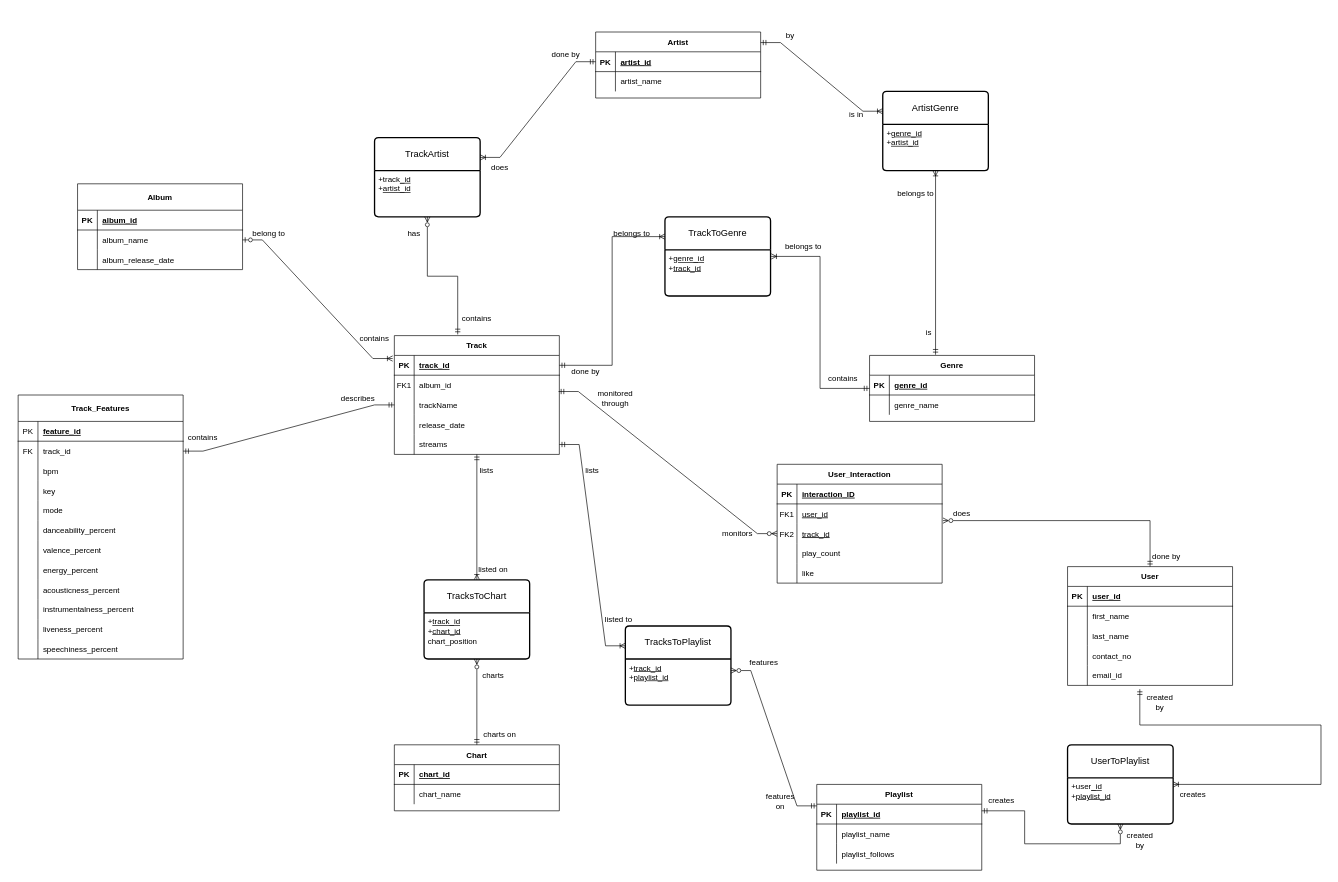
Before: Project_P3/P3_ERD.drawio in anirudhajoshi2808/DAMG6210_Spring2024_ProjectGroup13, a draw.io diagram. Source tidied: cells renumbered, new cells numbered last; positions are measured from the earlier drawing's top-left corner, leaving out a move shared by most shapes. Both pictures are drawn from the tidied source at 66%, with x=0, y=0 at pixel (18, 25).
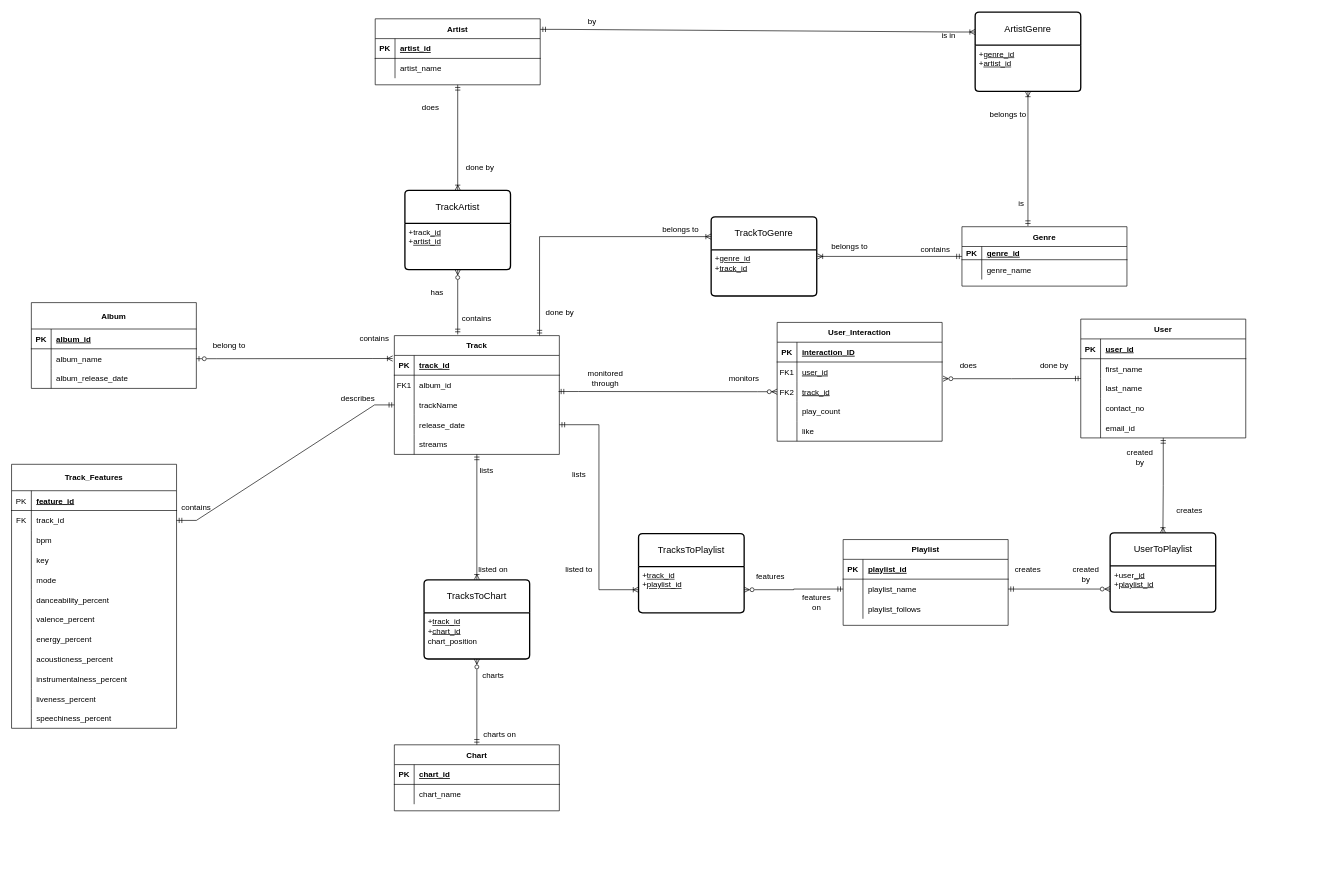
The same diagram, later.

The change refers to these unchanged cells:
```xml
<mxCell id="3" style="shape=partialRectangle;fillColor=none;points=[[0,0.5],[1,0.5]];portConstraint=eastwest;top=0;left=0;right=0;bottom=1;" parent="2" vertex="1">
  <mxGeometry y="30" width="250" height="30" as="geometry" />
</mxCell>
<mxCell id="22" style="shape=partialRectangle;fillColor=none;points=[[0,0.5],[1,0.5]];portConstraint=eastwest;top=0;left=0;right=0;bottom=1;" parent="21" vertex="1">
  <mxGeometry y="30" width="250" height="30" as="geometry" />
</mxCell>
<mxCell id="31" style="shape=partialRectangle;fillColor=none;points=[[0,0.5],[1,0.5]];portConstraint=eastwest;top=0;left=0;right=0;bottom=0;" parent="21" vertex="1">
  <mxGeometry y="120" width="250" height="30" as="geometry" />
</mxCell>
<mxCell id="34" style="shape=partialRectangle;fillColor=none;points=[[0,0.5],[1,0.5]];portConstraint=eastwest;top=0;left=0;right=0;bottom=0;" parent="21" vertex="1">
  <mxGeometry y="150" width="250" height="30" as="geometry" />
</mxCell>
<mxCell id="38" style="shape=partialRectangle;fillColor=none;points=[[0,0.5],[1,0.5]];portConstraint=eastwest;top=0;left=0;right=0;bottom=1;" parent="37" vertex="1">
  <mxGeometry y="30" width="250" height="30" as="geometry" />
</mxCell>
<mxCell id="41" style="shape=partialRectangle;fillColor=none;points=[[0,0.5],[1,0.5]];portConstraint=eastwest;top=0;left=0;right=0;bottom=0;" parent="37" vertex="1">
  <mxGeometry y="60" width="250" height="30" as="geometry" />
</mxCell>
<mxCell id="123" value="+&lt;u&gt;track_id&lt;/u&gt;&lt;br&gt;+&lt;u&gt;playlist_id&lt;/u&gt;&lt;div&gt;&lt;br&gt;&lt;/div&gt;" style="align=left;strokeColor=none;fillColor=none;spacingLeft=4;fontSize=12;verticalAlign=top;html=1;" parent="122" vertex="1">
  <mxGeometry y="50" width="160" height="70" as="geometry" />
</mxCell>
<mxCell id="149" style="shape=partialRectangle;fillColor=none;points=[[0,0.5],[1,0.5]];portConstraint=eastwest;top=0;left=0;right=0;bottom=0;" parent="136" vertex="1">
  <mxGeometry y="150" width="250" height="30" as="geometry" />
</mxCell>
<mxCell id="181" value="+user&lt;u&gt;_id&lt;/u&gt;&lt;br&gt;+&lt;u&gt;playlist_id&lt;/u&gt;&lt;div&gt;&lt;br&gt;&lt;/div&gt;" style="align=left;strokeColor=none;fillColor=none;spacingLeft=4;fontSize=12;verticalAlign=top;html=1;" parent="180" vertex="1">
  <mxGeometry y="50" width="160" height="70" as="geometry" />
</mxCell>
```

What changed in the source:
```diff
@@
+    <mxCell id="189" style="edgeStyle=orthogonalEdgeStyle;rounded=0;jettySize=auto;html=1;entryX=0.5;entryY=0;entryDx=0;entryDy=0;startArrow=ERmandOne;startFill=0;endArrow=ERoneToMany;endFill=0;" parent="1" edge="1" source="2" target="116">
+      <mxGeometry relative="1" as="geometry" />
+    </mxCell>
     <mxCell id="2" value="Artist" style="shape=table;startSize=30;childLayout=tableLayout;rowLines=0;fontStyle=1;align=center;" parent="1" vertex="1">
-      <mxGeometry x="875" y="10" width="250" height="100" as="geometry" />
+      <mxGeometry x="541" y="-10" width="250" height="100" as="geometry" />
     </mxCell>
@@
     <mxCell id="10" value="Album" style="shape=table;startSize=40;childLayout=tableLayout;rowLines=0;fontStyle=1;align=center;" parent="1" vertex="1">
-      <mxGeometry x="90" y="240" width="250" height="130" as="geometry" />
+      <mxGeometry x="20" y="420" width="250" height="130" as="geometry" />
     </mxCell>
@@
     <mxCell id="37" value="Playlist" style="shape=table;startSize=30;childLayout=tableLayout;rowLines=0;fontStyle=1;align=center;" parent="1" vertex="1">
-      <mxGeometry x="1210" y="1150" width="250" height="130" as="geometry" />
+      <mxGeometry x="1250" y="779" width="250" height="130" as="geometry" />
     </mxCell>
@@
     <mxCell id="54" value="Track_Features" style="shape=table;startSize=40;childLayout=tableLayout;rowLines=0;fontStyle=1;align=center;" parent="1" vertex="1">
-      <mxGeometry y="560" width="250" height="400" as="geometry" />
+      <mxGeometry x="-10" y="665" width="250" height="400" as="geometry" />
     </mxCell>
@@
     <mxCell id="93" value="Genre" style="shape=table;startSize=30;childLayout=tableLayout;rowLines=0;fontStyle=1;align=center;" parent="1" vertex="1">
-      <mxGeometry x="1290" y="500" width="250" height="100" as="geometry" />
+      <mxGeometry x="1430" y="305" width="250" height="90" as="geometry" />
     </mxCell>
     <mxCell id="94" style="shape=partialRectangle;fillColor=none;top=0;left=0;right=0;bottom=1;" parent="93" vertex="1">
-      <mxGeometry y="30" width="250" height="30" as="geometry" />
+      <mxGeometry y="30" width="250" height="20" as="geometry" />
     </mxCell>
     <mxCell id="95" value="PK" style="shape=partialRectangle;overflow=hidden;fillColor=none;top=0;left=0;bottom=0;right=0;fontStyle=1;" parent="94" vertex="1">
-      <mxGeometry width="30" height="30" as="geometry" />
+      <mxGeometry width="30" height="20" as="geometry" />
     </mxCell>
     <mxCell id="96" value="genre_id" style="shape=partialRectangle;overflow=hidden;fillColor=none;top=0;left=0;bottom=0;right=0;align=left;spacingLeft=6;fontStyle=5;" parent="94" vertex="1">
-      <mxGeometry x="30" width="220" height="30" as="geometry" />
+      <mxGeometry x="30" width="220" height="20" as="geometry" />
     </mxCell>
     <mxCell id="97" style="shape=partialRectangle;fillColor=none;top=0;left=0;right=0;bottom=0;" parent="93" vertex="1">
-      <mxGeometry y="60" width="250" height="30" as="geometry" />
+      <mxGeometry y="50" width="250" height="30" as="geometry" />
     </mxCell>
@@
     <mxCell id="100" value="User_Interaction" style="shape=table;startSize=30;childLayout=tableLayout;rowLines=0;fontStyle=1;align=center;" parent="1" vertex="1">
-      <mxGeometry x="1150" y="665" width="250" height="180" as="geometry" />
+      <mxGeometry x="1150" y="450" width="250" height="180" as="geometry" />
     </mxCell>
@@
     <mxCell id="116" value="TrackArtist" style="swimlane;horizontal=1;startSize=50;rounded=1;fontSize=14;fontStyle=0;strokeWidth=2;shadow=0;dashed=0;align=center;arcSize=4;whiteSpace=wrap;html=1;" parent="1" vertex="1">
-      <mxGeometry x="540" y="170" width="160" height="120" as="geometry" />
+      <mxGeometry x="586" y="250" width="160" height="120" as="geometry" />
     </mxCell>
@@
-    <mxCell id="118" style="edgeStyle=entityRelationEdgeStyle;fontSize=12;html=1;endArrow=ERmandOne;startArrow=ERoneToMany;rounded=0;startFill=0;endFill=0;entryX=0;entryY=0.5;entryDx=0;entryDy=0;" parent="1" edge="1" target="3">
-      <mxGeometry relative="1" as="geometry">
-        <mxPoint x="700" y="200" as="sourcePoint" />
-      </mxGeometry>
-    </mxCell>
     <mxCell id="119" value="ArtistGenre" style="swimlane;horizontal=1;startSize=50;rounded=1;fontSize=14;fontStyle=0;strokeWidth=2;shadow=0;dashed=0;align=center;arcSize=4;whiteSpace=wrap;html=1;" parent="1" vertex="1">
-      <mxGeometry x="1310" y="100" width="160" height="120" as="geometry" />
+      <mxGeometry x="1450" y="-20" width="160" height="120" as="geometry" />
     </mxCell>
@@
     <mxCell id="122" value="TracksToPlaylist" style="swimlane;horizontal=1;startSize=50;rounded=1;fontSize=14;fontStyle=0;strokeWidth=2;shadow=0;dashed=0;align=center;arcSize=4;whiteSpace=wrap;html=1;" parent="1" vertex="1">
-      <mxGeometry x="920" y="910" width="160" height="120" as="geometry" />
+      <mxGeometry x="940" y="770" width="160" height="120" as="geometry" />
     </mxCell>
@@
-    <mxCell id="124" style="edgeStyle=entityRelationEdgeStyle;fontSize=12;html=1;endArrow=ERoneToMany;startArrow=ERmandOne;rounded=0;startFill=0;endFill=0;entryX=0;entryY=0.25;entryDx=0;entryDy=0;exitX=1;exitY=0.5;exitDx=0;exitDy=0;" parent="1" edge="1" source="34" target="122">
-      <mxGeometry relative="1" as="geometry">
-        <Array as="points">
-          <mxPoint x="820" y="820" />
-          <mxPoint x="840" y="840" />
-          <mxPoint x="1180" y="565" />
-        </Array>
-      </mxGeometry>
-    </mxCell>
-    <mxCell id="125" style="edgeStyle=entityRelationEdgeStyle;fontSize=12;html=1;endArrow=ERmandOne;startArrow=ERzeroToMany;rounded=0;startFill=0;endFill=0;entryX=0;entryY=0.25;entryDx=0;entryDy=0;exitX=1;exitY=0.25;exitDx=0;exitDy=0;" parent="1" edge="1" source="123" target="37">
-      <mxGeometry relative="1" as="geometry">
-        <Array as="points">
-          <mxPoint x="1310" y="1152" />
-        </Array>
-      </mxGeometry>
-    </mxCell>
@@
     <mxCell id="130" value="TrackToGenre" style="swimlane;horizontal=1;startSize=50;rounded=1;fontSize=14;fontStyle=0;strokeWidth=2;shadow=0;dashed=0;align=center;arcSize=4;whiteSpace=wrap;html=1;" parent="1" vertex="1">
-      <mxGeometry x="980" y="290" width="160" height="120" as="geometry" />
+      <mxGeometry x="1050" y="290" width="160" height="120" as="geometry" />
     </mxCell>
@@
-    <mxCell id="134" style="edgeStyle=orthogonalEdgeStyle;rounded=0;jettySize=auto;html=1;exitX=1;exitY=0.5;exitDx=0;exitDy=0;entryX=0;entryY=0.25;entryDx=0;entryDy=0;startArrow=ERmandOne;startFill=0;endArrow=ERoneToMany;endFill=0;" parent="1" edge="1" source="22" target="130">
-      <mxGeometry relative="1" as="geometry" />
+    <mxCell id="134" style="edgeStyle=orthogonalEdgeStyle;rounded=0;jettySize=auto;html=1;entryX=0;entryY=0.25;entryDx=0;entryDy=0;startArrow=ERmandOne;startFill=0;endArrow=ERoneToMany;endFill=0;" parent="1" edge="1" target="130">
+      <mxGeometry relative="1" as="geometry">
+        <mxPoint x="790" y="470" as="sourcePoint" />
+        <Array as="points">
+          <mxPoint x="790" y="470" />
+          <mxPoint x="790" y="320" />
+        </Array>
+      </mxGeometry>
     </mxCell>
@@
+    <mxCell id="190" style="edgeStyle=orthogonalEdgeStyle;rounded=0;jettySize=auto;html=1;entryX=0.5;entryY=0;entryDx=0;entryDy=0;startArrow=ERmandOne;startFill=0;endArrow=ERoneToMany;endFill=0;" parent="1" edge="1" source="136" target="180">
+      <mxGeometry relative="1" as="geometry" />
+    </mxCell>
     <mxCell id="136" value="User" style="shape=table;startSize=30;childLayout=tableLayout;rowLines=0;fontStyle=1;align=center;" parent="1" vertex="1">
-      <mxGeometry x="1590" y="820" width="250" height="180" as="geometry" />
+      <mxGeometry x="1610" y="445" width="250" height="180" as="geometry" />
     </mxCell>
@@
     <mxCell id="153" value="belong to" style="text;html=1;align=center;verticalAlign=middle;whiteSpace=wrap;rounded=0;" parent="1" vertex="1">
-      <mxGeometry x="350" y="300" width="60" height="30" as="geometry" />
+      <mxGeometry x="290" y="470" width="60" height="30" as="geometry" />
     </mxCell>
@@
     <mxCell id="155" value="has" style="text;html=1;align=center;verticalAlign=middle;whiteSpace=wrap;rounded=0;" parent="1" vertex="1">
-      <mxGeometry x="570" y="300" width="60" height="30" as="geometry" />
+      <mxGeometry x="605" y="390" width="60" height="30" as="geometry" />
     </mxCell>
     <mxCell id="156" value="does" style="text;html=1;align=center;verticalAlign=middle;whiteSpace=wrap;rounded=0;" parent="1" vertex="1">
-      <mxGeometry x="700" y="200" width="60" height="30" as="geometry" />
+      <mxGeometry x="595" y="110" width="60" height="30" as="geometry" />
     </mxCell>
     <mxCell id="157" value="done by" style="text;html=1;align=center;verticalAlign=middle;whiteSpace=wrap;rounded=0;" parent="1" vertex="1">
-      <mxGeometry x="800" y="30" width="60" height="30" as="geometry" />
+      <mxGeometry x="670" y="200" width="60" height="30" as="geometry" />
     </mxCell>
     <mxCell id="158" value="is in" style="text;html=1;align=center;verticalAlign=middle;whiteSpace=wrap;rounded=0;" parent="1" vertex="1">
-      <mxGeometry x="1240" y="120" width="60" height="30" as="geometry" />
+      <mxGeometry x="1380" width="60" height="30" as="geometry" />
     </mxCell>
     <mxCell id="159" value="by" style="text;html=1;align=center;verticalAlign=middle;whiteSpace=wrap;rounded=0;" parent="1" vertex="1">
-      <mxGeometry x="1140" width="60" height="30" as="geometry" />
+      <mxGeometry x="840" y="-20" width="60" height="30" as="geometry" />
     </mxCell>
     <mxCell id="160" value="is" style="text;html=1;align=center;verticalAlign=middle;whiteSpace=wrap;rounded=0;" parent="1" vertex="1">
-      <mxGeometry x="1350" y="450" width="60" height="30" as="geometry" />
+      <mxGeometry x="1490" y="255" width="60" height="30" as="geometry" />
     </mxCell>
     <mxCell id="161" value="belongs to" style="text;html=1;align=center;verticalAlign=middle;whiteSpace=wrap;rounded=0;" parent="1" vertex="1">
-      <mxGeometry x="1330" y="240" width="60" height="30" as="geometry" />
+      <mxGeometry x="1470" y="120" width="60" height="30" as="geometry" />
     </mxCell>
     <mxCell id="162" value="belongs to" style="text;html=1;align=center;verticalAlign=middle;whiteSpace=wrap;rounded=0;" parent="1" vertex="1">
-      <mxGeometry x="900" y="300" width="60" height="30" as="geometry" />
+      <mxGeometry x="974" y="294" width="60" height="30" as="geometry" />
     </mxCell>
     <mxCell id="163" value="done by" style="text;html=1;align=center;verticalAlign=middle;whiteSpace=wrap;rounded=0;" parent="1" vertex="1">
-      <mxGeometry x="830" y="510" width="60" height="30" as="geometry" />
+      <mxGeometry x="791" y="420" width="60" height="30" as="geometry" />
     </mxCell>
     <mxCell id="164" value="monitors" style="text;html=1;align=center;verticalAlign=middle;whiteSpace=wrap;rounded=0;" parent="1" vertex="1">
-      <mxGeometry x="1060" y="755" width="60" height="30" as="geometry" />
+      <mxGeometry x="1070" y="520" width="60" height="30" as="geometry" />
     </mxCell>
     <mxCell id="165" value="monitored through" style="text;html=1;align=center;verticalAlign=middle;whiteSpace=wrap;rounded=0;" parent="1" vertex="1">
-      <mxGeometry x="875" y="550" width="60" height="30" as="geometry" />
+      <mxGeometry x="860" y="520" width="60" height="30" as="geometry" />
     </mxCell>
     <mxCell id="166" value="belongs to" style="text;html=1;align=center;verticalAlign=middle;whiteSpace=wrap;rounded=0;" parent="1" vertex="1">
-      <mxGeometry x="1160" y="320" width="60" height="30" as="geometry" />
+      <mxGeometry x="1230" y="320" width="60" height="30" as="geometry" />
     </mxCell>
     <mxCell id="167" value="contains" style="text;html=1;align=center;verticalAlign=middle;whiteSpace=wrap;rounded=0;" parent="1" vertex="1">
-      <mxGeometry x="1220" y="520" width="60" height="30" as="geometry" />
+      <mxGeometry x="1360" y="325" width="60" height="30" as="geometry" />
     </mxCell>
     <mxCell id="168" value="done by" style="text;html=1;align=center;verticalAlign=middle;whiteSpace=wrap;rounded=0;" parent="1" vertex="1">
-      <mxGeometry x="1710" y="790" width="60" height="30" as="geometry" />
+      <mxGeometry x="1540" y="500" width="60" height="30" as="geometry" />
     </mxCell>
     <mxCell id="169" value="does" style="text;html=1;align=center;verticalAlign=middle;whiteSpace=wrap;rounded=0;" parent="1" vertex="1">
-      <mxGeometry x="1400" y="725" width="60" height="30" as="geometry" />
+      <mxGeometry x="1410" y="500" width="60" height="30" as="geometry" />
     </mxCell>
     <mxCell id="170" value="contains" style="text;html=1;align=center;verticalAlign=middle;whiteSpace=wrap;rounded=0;" parent="1" vertex="1">
-      <mxGeometry x="250" y="610" width="60" height="30" as="geometry" />
+      <mxGeometry x="240" y="715" width="60" height="30" as="geometry" />
     </mxCell>
@@
     <mxCell id="176" value="listed to" style="text;html=1;align=center;verticalAlign=middle;whiteSpace=wrap;rounded=0;" parent="1" vertex="1">
-      <mxGeometry x="880" y="885" width="60" height="30" as="geometry" />
+      <mxGeometry x="820" y="810" width="60" height="30" as="geometry" />
     </mxCell>
     <mxCell id="177" value="lists" style="text;html=1;align=center;verticalAlign=middle;whiteSpace=wrap;rounded=0;" parent="1" vertex="1">
-      <mxGeometry x="840" y="660" width="60" height="30" as="geometry" />
+      <mxGeometry x="820" y="665" width="60" height="30" as="geometry" />
     </mxCell>
     <mxCell id="178" value="features on" style="text;html=1;align=center;verticalAlign=middle;whiteSpace=wrap;rounded=0;" parent="1" vertex="1">
-      <mxGeometry x="1125" y="1160" width="60" height="30" as="geometry" />
+      <mxGeometry x="1180" y="859" width="60" height="30" as="geometry" />
     </mxCell>
     <mxCell id="179" value="features" style="text;html=1;align=center;verticalAlign=middle;whiteSpace=wrap;rounded=0;" parent="1" vertex="1">
-      <mxGeometry x="1100" y="950" width="60" height="30" as="geometry" />
+      <mxGeometry x="1110" y="820" width="60" height="30" as="geometry" />
     </mxCell>
     <mxCell id="180" value="UserToPlaylist" style="swimlane;horizontal=1;startSize=50;rounded=1;fontSize=14;fontStyle=0;strokeWidth=2;shadow=0;dashed=0;align=center;arcSize=4;whiteSpace=wrap;html=1;" parent="1" vertex="1">
-      <mxGeometry x="1590" y="1090" width="160" height="120" as="geometry" />
+      <mxGeometry x="1654.5" y="769" width="160" height="120" as="geometry" />
     </mxCell>
@@
-    <mxCell id="182" style="edgeStyle=orthogonalEdgeStyle;rounded=0;jettySize=auto;html=1;startArrow=ERmandOne;startFill=0;endArrow=ERzeroToMany;endFill=0;entryX=0.5;entryY=1;entryDx=0;entryDy=0;" parent="1" edge="1" source="38" target="181">
-      <mxGeometry relative="1" as="geometry">
-        <Array as="points">
-          <mxPoint x="1525" y="1190" />
-          <mxPoint x="1525" y="1240" />
-          <mxPoint x="1670" y="1240" />
-        </Array>
-      </mxGeometry>
-    </mxCell>
-    <mxCell id="183" style="edgeStyle=orthogonalEdgeStyle;rounded=0;jettySize=auto;html=1;startArrow=ERmandOne;startFill=0;endArrow=ERoneToMany;endFill=0;exitX=0.438;exitY=1.19;exitDx=0;exitDy=0;exitPerimeter=0;entryX=1;entryY=0.5;entryDx=0;entryDy=0;" parent="1" edge="1" source="149" target="180">
-      <mxGeometry relative="1" as="geometry">
-        <Array as="points">
-          <mxPoint x="1700" y="1060" />
-          <mxPoint x="1974" y="1060" />
-          <mxPoint x="1974" y="1150" />
-        </Array>
-      </mxGeometry>
-    </mxCell>
     <mxCell id="184" value="creates" style="text;html=1;align=center;verticalAlign=middle;whiteSpace=wrap;rounded=0;" parent="1" vertex="1">
-      <mxGeometry x="1460" y="1160" width="60" height="30" as="geometry" />
+      <mxGeometry x="1500" y="810" width="60" height="30" as="geometry" />
     </mxCell>
     <mxCell id="185" value="created&lt;div&gt;by&lt;/div&gt;" style="text;html=1;align=center;verticalAlign=middle;whiteSpace=wrap;rounded=0;" parent="1" vertex="1">
-      <mxGeometry x="1700" y="1010" width="60" height="30" as="geometry" />
+      <mxGeometry x="1670" y="640" width="60" height="30" as="geometry" />
     </mxCell>
     <mxCell id="186" value="creates" style="text;html=1;align=center;verticalAlign=middle;whiteSpace=wrap;rounded=0;" parent="1" vertex="1">
-      <mxGeometry x="1750" y="1150" width="60" height="30" as="geometry" />
+      <mxGeometry x="1744.5" y="720" width="60" height="30" as="geometry" />
     </mxCell>
     <mxCell id="187" value="created&lt;div&gt;by&lt;/div&gt;" style="text;html=1;align=center;verticalAlign=middle;whiteSpace=wrap;rounded=0;" parent="1" vertex="1">
-      <mxGeometry x="1670" y="1220" width="60" height="30" as="geometry" />
+      <mxGeometry x="1588" y="817" width="60" height="30" as="geometry" />
     </mxCell>
@@
+    <mxCell id="191" style="edgeStyle=orthogonalEdgeStyle;rounded=0;jettySize=auto;html=1;entryX=0;entryY=0.5;entryDx=0;entryDy=0;startArrow=ERmandOne;startFill=0;endArrow=ERzeroToMany;endFill=0;" parent="1" edge="1" source="41" target="181">
+      <mxGeometry relative="1" as="geometry" />
+    </mxCell>
+    <mxCell id="192" style="edgeStyle=orthogonalEdgeStyle;rounded=0;jettySize=auto;html=1;entryX=0;entryY=0.5;entryDx=0;entryDy=0;startArrow=ERmandOne;startFill=0;endArrow=ERoneToMany;endFill=0;" parent="1" edge="1" source="31" target="123">
+      <mxGeometry relative="1" as="geometry" />
+    </mxCell>
+    <mxCell id="193" style="edgeStyle=orthogonalEdgeStyle;rounded=0;jettySize=auto;html=1;entryX=0;entryY=0.5;entryDx=0;entryDy=0;startArrow=ERzeroToMany;startFill=0;endArrow=ERmandOne;endFill=0;" parent="1" edge="1" source="123" target="41">
+      <mxGeometry relative="1" as="geometry" />
+    </mxCell>
```
